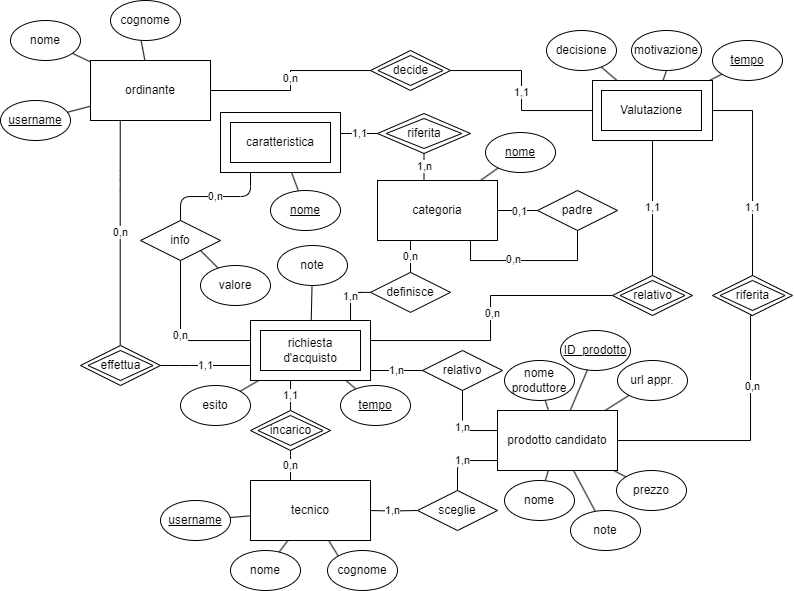
StefanoElisio/Progetto-base-di-dati keeps this draw.io diagram as assets/ER_ristrutturato.png. Above is the earlier version. Source tidied: cells renumbered, new cells last; positions are measured from the earlier drawing's top-left corner, leaving out a move shared by most shapes.
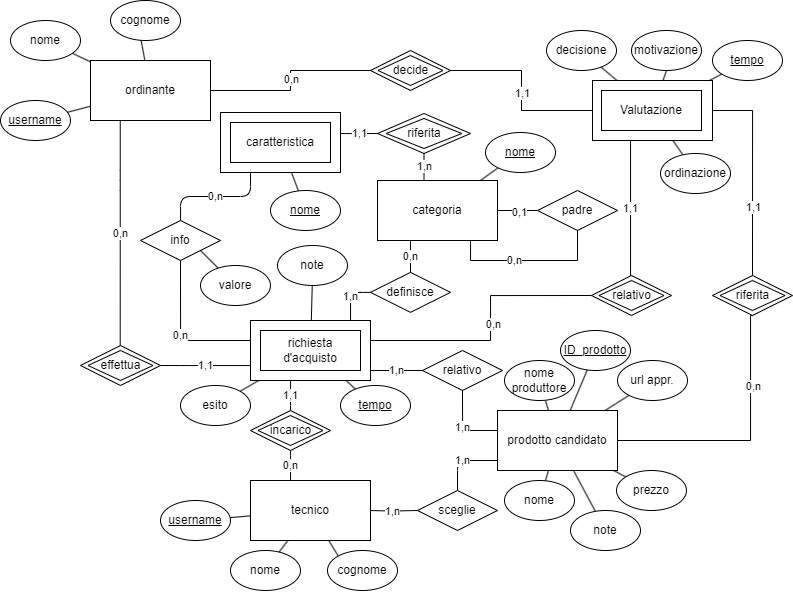
The same diagram one commit later.

What changed in the source:
```diff
@@ -352,7 +352,7 @@
       <mxGeometry x="7.5" y="5" width="65" height="30" as="geometry" />
     </mxCell>
     <mxCell id="96" style="group;" parent="1" vertex="1">
-      <mxGeometry x="612" y="275" width="80" height="40" as="geometry" />
+      <mxGeometry x="591" y="275" width="80" height="40" as="geometry" />
     </mxCell>
     <mxCell id="97" style="rhombus;whiteSpace=wrap;html=1;" parent="96" vertex="1">
       <mxGeometry width="80" height="40" as="geometry" />
@@ -374,8 +374,8 @@
     <mxCell id="101" value="1,1" style="edgeStyle=orthogonalEdgeStyle;rounded=0;jettySize=auto;html=1;endArrow=none;endFill=0;" parent="1" edge="1" source="97" target="91">
       <mxGeometry relative="1" as="geometry">
         <Array as="points">
-          <mxPoint x="652" y="210" />
-          <mxPoint x="652" y="210" />
+          <mxPoint x="630" y="210" />
+          <mxPoint x="630" y="210" />
         </Array>
       </mxGeometry>
     </mxCell>
@@ -434,5 +434,11 @@
     <mxCell id="114" value="tempo" style="ellipse;whiteSpace=wrap;html=1;fontStyle=4;" parent="1" vertex="1">
       <mxGeometry x="712" y="40" width="70" height="40" as="geometry" />
     </mxCell>
+    <mxCell id="115" style="rounded=0;jettySize=auto;html=1;endArrow=none;endFill=0;" parent="1" edge="1" source="116" target="91">
+      <mxGeometry relative="1" as="geometry" />
+    </mxCell>
+    <mxCell id="116" value="ordinazione" style="ellipse;whiteSpace=wrap;html=1;fontStyle=0;" parent="1" vertex="1">
+      <mxGeometry x="660" y="153" width="70" height="40" as="geometry" />
+    </mxCell>
   </root>
 </mxGraphModel>
```
